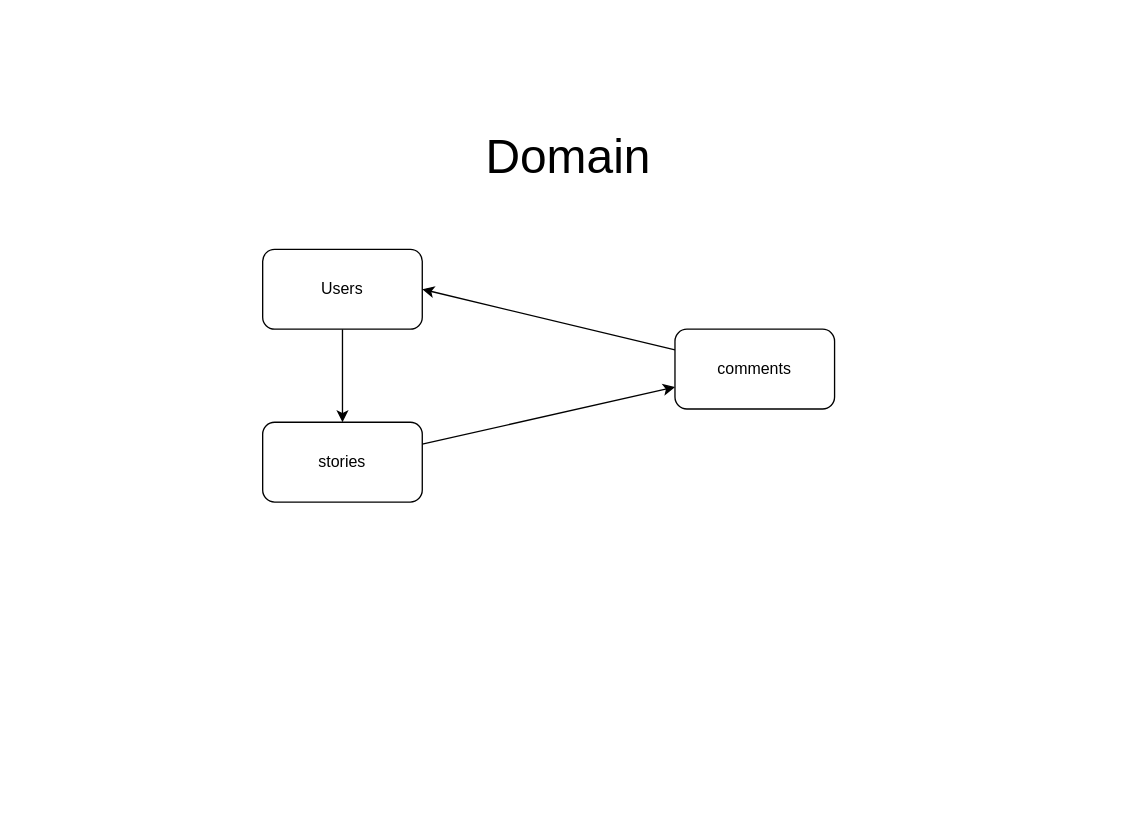
Earlier version of the draw.io diagram .docs/domain.drawio (EdisonJpp/my-story-time-api). Source tidied: cells renumbered, new cells numbered last; positions are measured from the earlier drawing's top-left corner, leaving out a move shared by most shapes. Both pictures are drawn from the tidied source at 133%, with x=0, y=0 at pixel (262, 116).
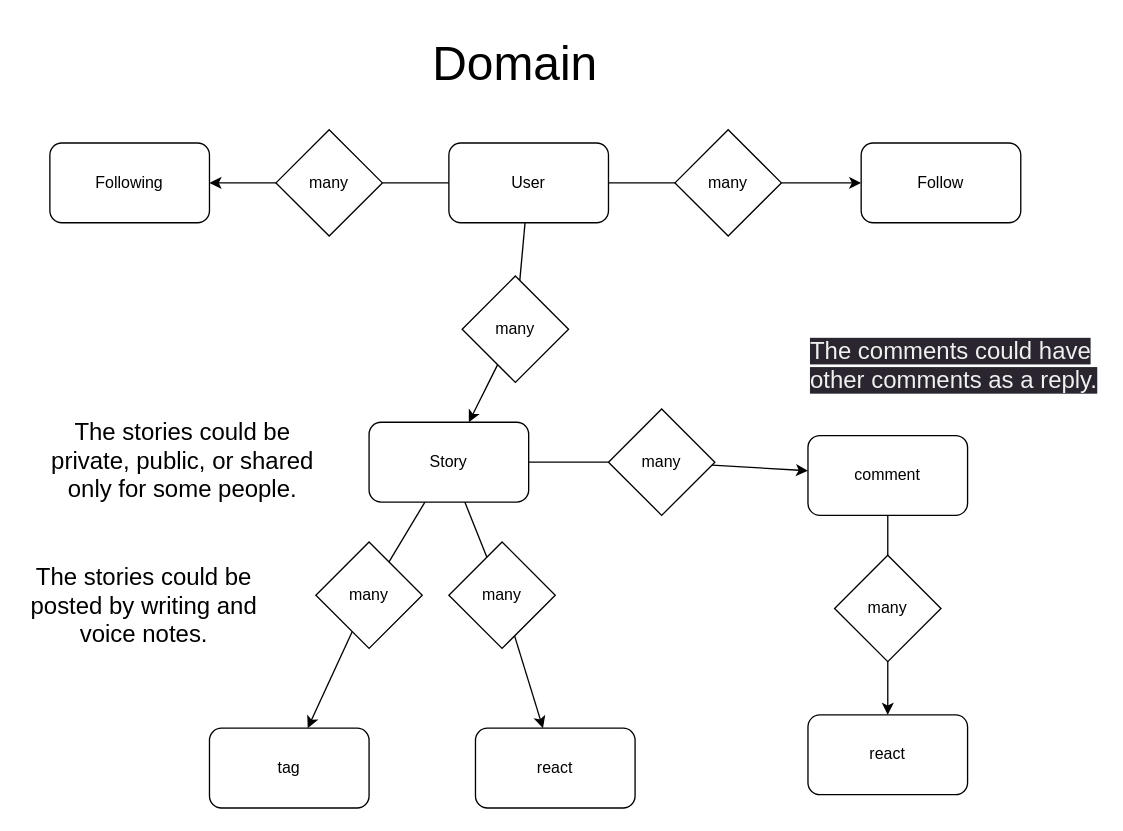
After the change.

Commit message (it also covers changes not shown here):
docs(domain, service): adding the domain and service photos

Change to the diagram source:
```diff
@@
-    <mxCell id="2" style="edgeStyle=none;html=1;" parent="1" edge="1" source="3" target="5">
+    <mxCell id="2" style="edgeStyle=none;html=1;startArrow=none;" parent="1" edge="1" source="25" target="5">
       <mxGeometry relative="1" as="geometry" />
     </mxCell>
+    <mxCell id="9" style="edgeStyle=none;html=1;fontSize=12;startArrow=none;" parent="1" edge="1" source="34" target="30">
+      <mxGeometry relative="1" as="geometry" />
+    </mxCell>
+    <mxCell id="10" style="edgeStyle=none;html=1;fontSize=12;startArrow=none;" parent="1" edge="1" source="32" target="29">
+      <mxGeometry relative="1" as="geometry" />
+    </mxCell>
-    <mxCell id="3" value="Users" style="rounded=1;whiteSpace=wrap;html=1;" parent="1" vertex="1">
-      <mxGeometry y="100" width="120" height="60" as="geometry" />
+    <mxCell id="3" value="User" style="rounded=1;whiteSpace=wrap;html=1;" parent="1" vertex="1">
+      <mxGeometry x="140" y="20" width="120" height="60" as="geometry" />
     </mxCell>
-    <mxCell id="4" style="edgeStyle=none;html=1;" parent="1" edge="1" source="5" target="7">
-      <mxGeometry relative="1" as="geometry" />
-    </mxCell>
+    <mxCell id="11" style="edgeStyle=none;html=1;startArrow=none;" parent="1" edge="1" source="22" target="15">
+      <mxGeometry relative="1" as="geometry" />
+    </mxCell>
+    <mxCell id="12" style="edgeStyle=none;html=1;startArrow=none;" parent="1" edge="1" source="18" target="7">
+      <mxGeometry relative="1" as="geometry" />
+    </mxCell>
+    <mxCell id="13" style="edgeStyle=none;html=1;startArrow=none;" parent="1" edge="1" source="27" target="23">
+      <mxGeometry relative="1" as="geometry" />
+    </mxCell>
-    <mxCell id="5" value="stories" style="rounded=1;whiteSpace=wrap;html=1;" parent="1" vertex="1">
-      <mxGeometry y="230" width="120" height="60" as="geometry" />
+    <mxCell id="5" value="Story" style="rounded=1;whiteSpace=wrap;html=1;" parent="1" vertex="1">
+      <mxGeometry x="80" y="230" width="120" height="60" as="geometry" />
     </mxCell>
-    <mxCell id="6" style="edgeStyle=none;html=1;entryX=1;entryY=0.5;entryDx=0;entryDy=0;" parent="1" edge="1" source="7" target="3">
-      <mxGeometry relative="1" as="geometry" />
-    </mxCell>
+    <mxCell id="14" style="edgeStyle=none;html=1;startArrow=none;" parent="1" edge="1" source="20" target="16">
+      <mxGeometry relative="1" as="geometry" />
+    </mxCell>
-    <mxCell id="7" value="comments" style="rounded=1;whiteSpace=wrap;html=1;" parent="1" vertex="1">
-      <mxGeometry x="310" y="160" width="120" height="60" as="geometry" />
+    <mxCell id="7" value="comment" style="rounded=1;whiteSpace=wrap;html=1;" parent="1" vertex="1">
+      <mxGeometry x="410" y="240" width="120" height="60" as="geometry" />
     </mxCell>
     <mxCell id="8" value="&lt;font style=&quot;font-size: 36px;&quot;&gt;Domain&lt;/font&gt;" style="text;html=1;strokeColor=none;fillColor=none;align=center;verticalAlign=middle;whiteSpace=wrap;rounded=0;" parent="1" vertex="1">
-      <mxGeometry x="120" width="220" height="60" as="geometry" />
+      <mxGeometry x="80" y="-70" width="220" height="60" as="geometry" />
     </mxCell>
+    <mxCell id="15" value="react" style="rounded=1;whiteSpace=wrap;html=1;" parent="1" vertex="1">
+      <mxGeometry x="160" y="460" width="120" height="60" as="geometry" />
+    </mxCell>
+    <mxCell id="16" value="react" style="rounded=1;whiteSpace=wrap;html=1;" parent="1" vertex="1">
+      <mxGeometry x="410" y="450" width="120" height="60" as="geometry" />
+    </mxCell>
+    <mxCell id="17" style="edgeStyle=none;html=1;endArrow=none;" parent="1" edge="1" source="5" target="18">
+      <mxGeometry relative="1" as="geometry" />
+    </mxCell>
+    <mxCell id="18" value="many" style="rhombus;whiteSpace=wrap;html=1;" parent="1" vertex="1">
+      <mxGeometry x="260" y="220" width="80" height="80" as="geometry" />
+    </mxCell>
+    <mxCell id="19" style="edgeStyle=none;html=1;endArrow=none;" parent="1" edge="1" source="7" target="20">
+      <mxGeometry relative="1" as="geometry" />
+    </mxCell>
+    <mxCell id="20" value="many" style="rhombus;whiteSpace=wrap;html=1;" parent="1" vertex="1">
+      <mxGeometry x="430" y="330" width="80" height="80" as="geometry" />
+    </mxCell>
+    <mxCell id="21" style="edgeStyle=none;html=1;endArrow=none;" parent="1" edge="1" source="5" target="22">
+      <mxGeometry relative="1" as="geometry" />
+    </mxCell>
+    <mxCell id="22" value="many" style="rhombus;whiteSpace=wrap;html=1;" parent="1" vertex="1">
+      <mxGeometry x="140" y="320" width="80" height="80" as="geometry" />
+    </mxCell>
+    <mxCell id="23" value="tag" style="rounded=1;whiteSpace=wrap;html=1;" parent="1" vertex="1">
+      <mxGeometry x="-40" y="460" width="120" height="60" as="geometry" />
+    </mxCell>
+    <mxCell id="24" style="edgeStyle=none;html=1;endArrow=none;" parent="1" edge="1" source="3" target="25">
+      <mxGeometry relative="1" as="geometry" />
+    </mxCell>
+    <mxCell id="25" value="many" style="rhombus;whiteSpace=wrap;html=1;" parent="1" vertex="1">
+      <mxGeometry x="150" y="120" width="80" height="80" as="geometry" />
+    </mxCell>
+    <mxCell id="26" style="edgeStyle=none;html=1;endArrow=none;" parent="1" edge="1" source="5" target="27">
+      <mxGeometry relative="1" as="geometry" />
+    </mxCell>
+    <mxCell id="27" value="many" style="rhombus;whiteSpace=wrap;html=1;" parent="1" vertex="1">
+      <mxGeometry x="40" y="320" width="80" height="80" as="geometry" />
+    </mxCell>
+    <mxCell id="28" value="&lt;font style=&quot;font-size: 18px;&quot;&gt;The stories could be private, public, or shared only for some people.&lt;/font&gt;" style="text;html=1;strokeColor=none;fillColor=none;align=center;verticalAlign=middle;whiteSpace=wrap;rounded=0;" parent="1" vertex="1">
+      <mxGeometry x="-160" y="245" width="200" height="30" as="geometry" />
+    </mxCell>
+    <mxCell id="29" value="Follow" style="rounded=1;whiteSpace=wrap;html=1;fontSize=12;" parent="1" vertex="1">
+      <mxGeometry x="450" y="20" width="120" height="60" as="geometry" />
+    </mxCell>
+    <mxCell id="30" value="Following" style="rounded=1;whiteSpace=wrap;html=1;fontSize=12;" parent="1" vertex="1">
+      <mxGeometry x="-160" y="20" width="120" height="60" as="geometry" />
+    </mxCell>
+    <mxCell id="31" style="edgeStyle=none;html=1;fontSize=12;endArrow=none;" parent="1" edge="1" source="3" target="32">
+      <mxGeometry relative="1" as="geometry" />
+    </mxCell>
+    <mxCell id="32" value="many" style="rhombus;whiteSpace=wrap;html=1;" parent="1" vertex="1">
+      <mxGeometry x="310" y="10" width="80" height="80" as="geometry" />
+    </mxCell>
+    <mxCell id="33" style="edgeStyle=none;html=1;fontSize=12;endArrow=none;" parent="1" edge="1" source="3" target="34">
+      <mxGeometry relative="1" as="geometry" />
+    </mxCell>
+    <mxCell id="34" value="many" style="rhombus;whiteSpace=wrap;html=1;" parent="1" vertex="1">
+      <mxGeometry x="10" y="10" width="80" height="80" as="geometry" />
+    </mxCell>
+    <mxCell id="35" value="&lt;span style=&quot;color: rgb(240, 240, 240); font-family: Helvetica; font-size: 18px; font-style: normal; font-variant-ligatures: normal; font-variant-caps: normal; font-weight: 400; letter-spacing: normal; orphans: 2; text-align: center; text-indent: 0px; text-transform: none; widows: 2; word-spacing: 0px; -webkit-text-stroke-width: 0px; background-color: rgb(42, 37, 47); text-decoration-thickness: initial; text-decoration-style: initial; text-decoration-color: initial; float: none; display: inline !important;&quot;&gt;The comments could have other comments as a reply.&lt;/span&gt;" style="text;whiteSpace=wrap;html=1;fontSize=12;" parent="1" vertex="1">
+      <mxGeometry x="410" y="160" width="220" height="70" as="geometry" />
+    </mxCell>
+    <mxCell id="36" value="&lt;div style=&quot;text-align: center;&quot;&gt;&lt;span style=&quot;font-size: 18px;&quot;&gt;The stories could be posted by writing and voice notes.&lt;/span&gt;&lt;br&gt;&lt;/div&gt;" style="text;whiteSpace=wrap;html=1;fontSize=12;" parent="1" vertex="1">
+      <mxGeometry x="-180" y="330" width="180" height="70" as="geometry" />
+    </mxCell>
```
